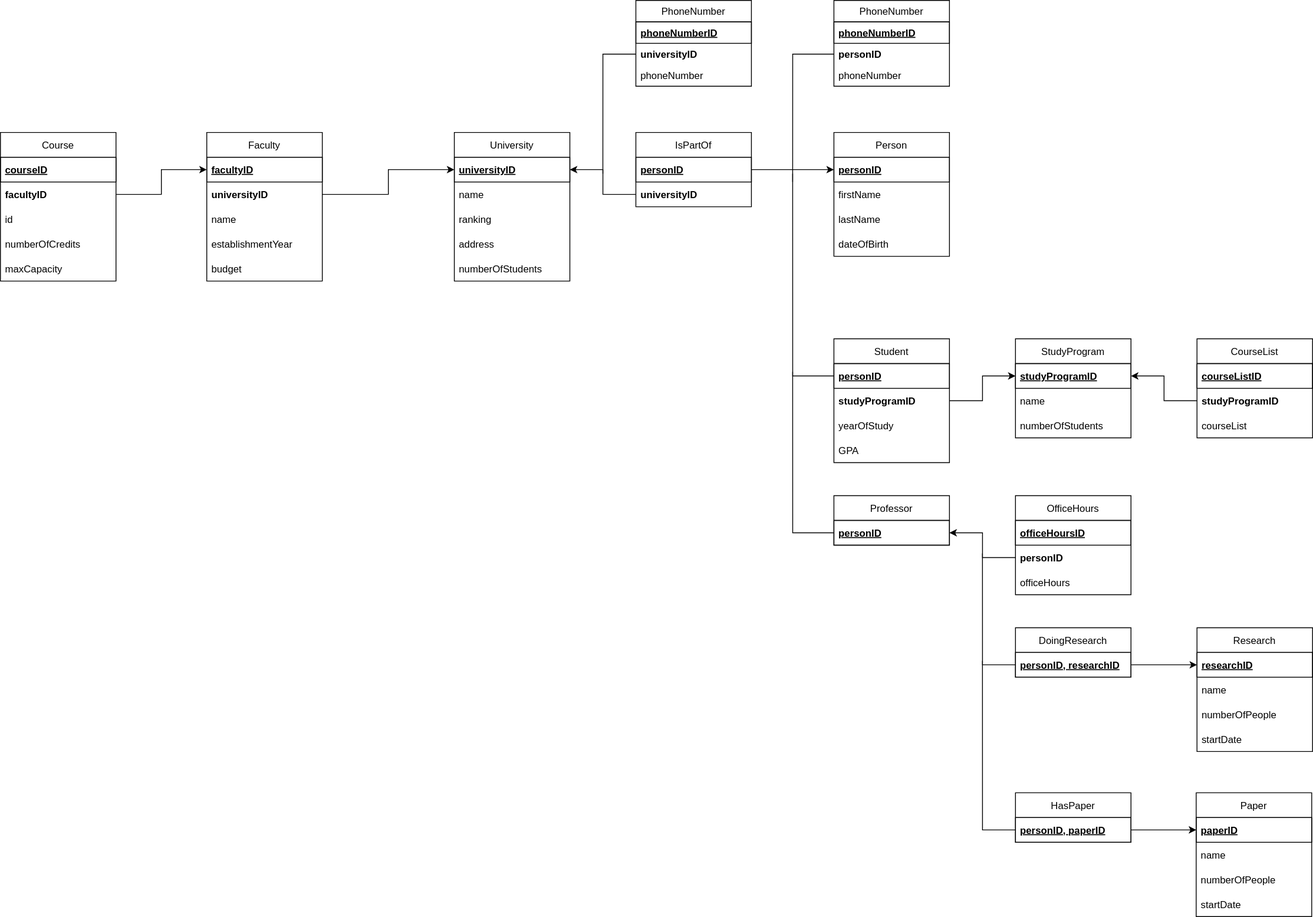
AzamatZarlykov/Data-Formats-Models keeps this draw.io diagram as 4/model/relational.svg. Above is the earlier version. Source tidied: cells renumbered, new cells last; positions are measured from the earlier drawing's top-left corner, leaving out a move shared by most shapes.
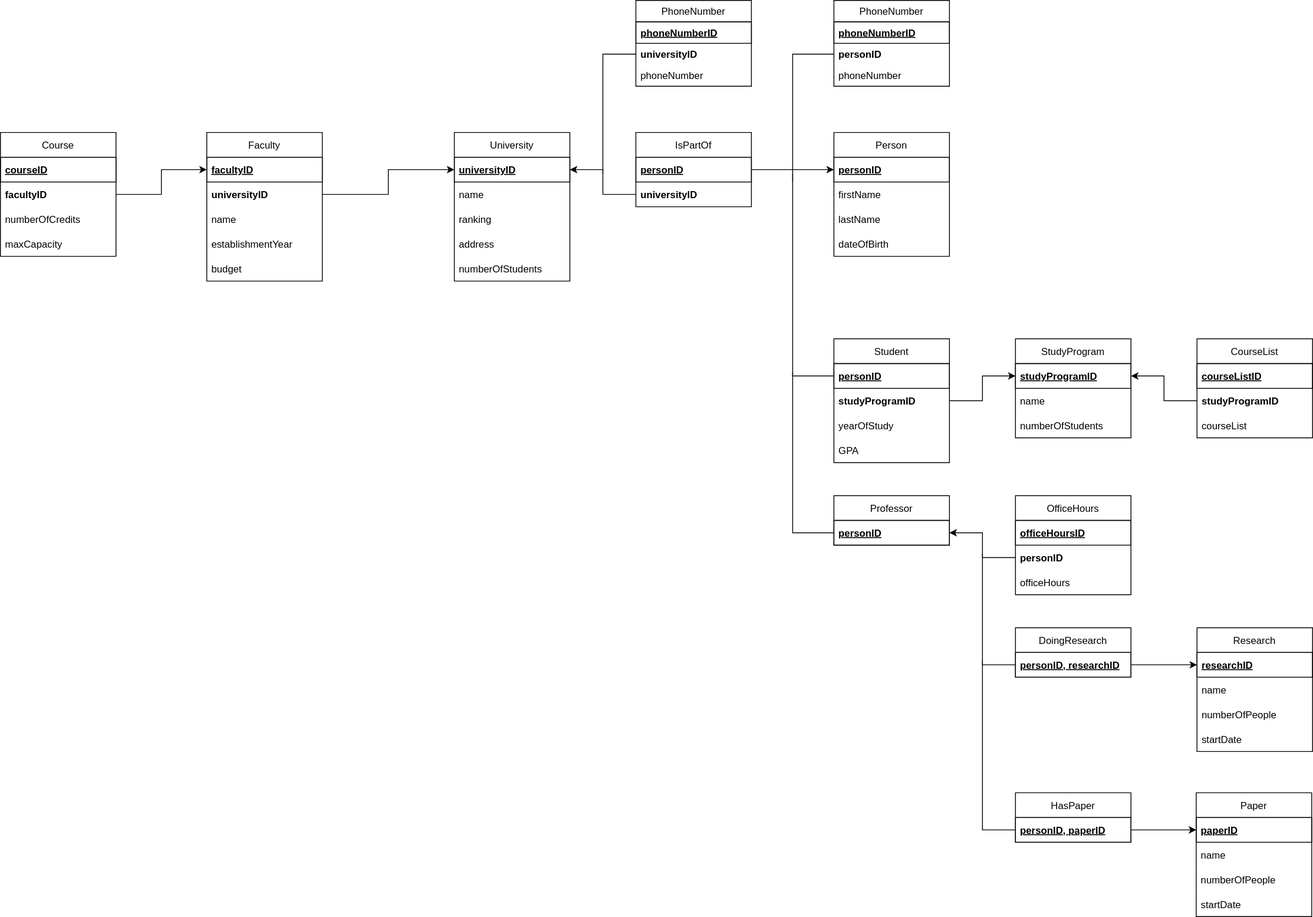
After the commit.

Commit message:
remove redundant id from Course

Diff of the diagram source:
```diff
@@ -69,7 +69,7 @@
       <mxGeometry y="150" width="140" height="30" as="geometry" />
     </mxCell>
     <mxCell id="24" value="Course" style="swimlane;fontStyle=0;horizontal=1;startSize=30;" parent="1" vertex="1">
-      <mxGeometry y="160" width="140" height="180" as="geometry" />
+      <mxGeometry y="160" width="140" height="150" as="geometry" />
     </mxCell>
     <mxCell id="25" value="courseID" style="text;strokeColor=default;fillColor=none;align=left;verticalAlign=middle;spacingLeft=4;spacingRight=4;overflow=hidden;fontStyle=5;" parent="24" vertex="1">
       <mxGeometry y="30" width="140" height="30" as="geometry" />
@@ -77,14 +77,11 @@
     <mxCell id="26" value="facultyID" style="text;strokeColor=none;fillColor=none;align=left;verticalAlign=middle;spacingLeft=4;spacingRight=4;overflow=hidden;points=[[0,0.5],[1,0.5]];portConstraint=eastwest;fontStyle=1;" parent="24" vertex="1">
       <mxGeometry y="60" width="140" height="30" as="geometry" />
     </mxCell>
-    <mxCell id="27" value="id" style="text;strokeColor=none;fillColor=none;align=left;verticalAlign=middle;spacingLeft=4;spacingRight=4;overflow=hidden;" parent="24" vertex="1">
-      <mxGeometry y="90" width="140" height="30" as="geometry" />
-    </mxCell>
     <mxCell id="28" value="numberOfCredits" style="text;strokeColor=none;fillColor=none;align=left;verticalAlign=middle;spacingLeft=4;spacingRight=4;overflow=hidden;" parent="24" vertex="1">
-      <mxGeometry y="120" width="140" height="30" as="geometry" />
+      <mxGeometry y="90" width="140" height="30" as="geometry" />
     </mxCell>
     <mxCell id="29" value="maxCapacity" style="text;strokeColor=none;fillColor=none;align=left;verticalAlign=middle;spacingLeft=4;spacingRight=4;overflow=hidden;" parent="24" vertex="1">
-      <mxGeometry y="150" width="140" height="30" as="geometry" />
+      <mxGeometry y="120" width="140" height="30" as="geometry" />
     </mxCell>
     <mxCell id="30" style="edgeStyle=none;rounded=0;orthogonalLoop=1;jettySize=auto;html=1;entryX=0.125;entryY=0;entryDx=0;entryDy=0;entryPerimeter=0;" parent="1" edge="1">
       <mxGeometry relative="1" as="geometry">
```
